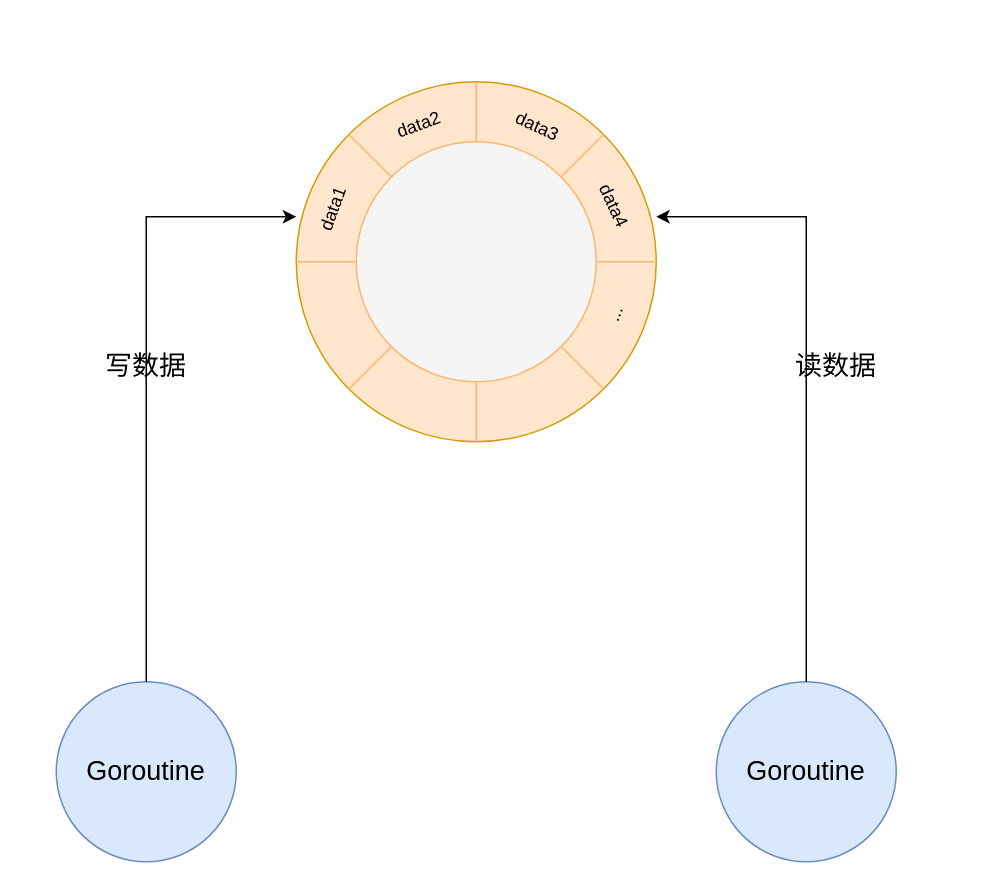
LanSeTianYe/draw keeps this draw.io diagram as go/go channel.drawio. Above is the earlier version. Source tidied: cells renumbered, new cells numbered last; positions are measured from the earlier drawing's top-left corner, leaving out a move shared by most shapes. Both pictures are drawn from the tidied source at 150%, with x=0, y=0 at pixel (56, 81).
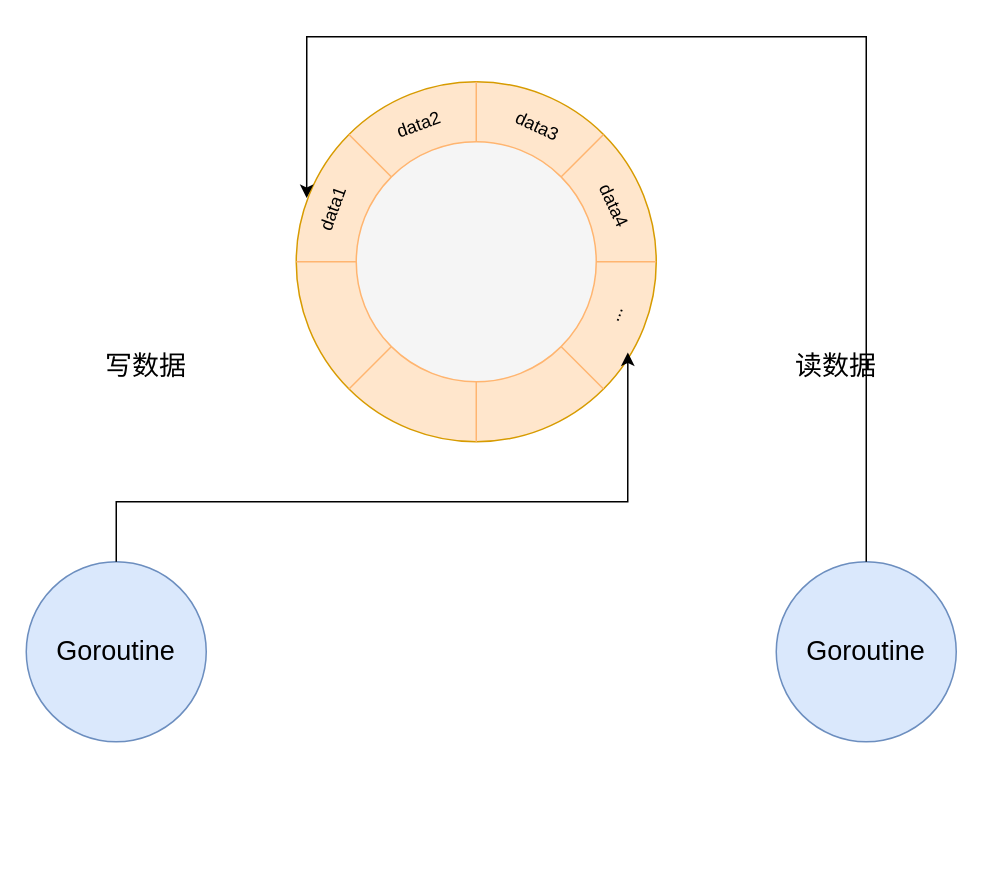
After the change.

Unchanged cells that the change refers to:
```xml
<mxCell id="2" style="ellipse;whiteSpace=wrap;html=1;fillColor=#ffe6cc;strokeColor=#d79b00;" parent="1" vertex="1">
  <mxGeometry x="160" width="240" height="240" as="geometry" />
</mxCell>
```

The edit, as a diff of the source:
```diff
@@
     <mxCell id="3" value="&lt;font style=&quot;font-size: 18px;&quot;&gt;Goroutine&lt;/font&gt;" style="ellipse;whiteSpace=wrap;html=1;fillColor=#dae8fc;strokeColor=#6c8ebf;" parent="1" vertex="1">
-      <mxGeometry y="400" width="120" height="120" as="geometry" />
+      <mxGeometry x="-20" y="320" width="120" height="120" as="geometry" />
     </mxCell>
     <mxCell id="4" value="&lt;font style=&quot;font-size: 18px;&quot;&gt;Goroutine&lt;/font&gt;" style="ellipse;whiteSpace=wrap;html=1;fillColor=#dae8fc;strokeColor=#6c8ebf;" parent="1" vertex="1">
-      <mxGeometry x="440" y="400" width="120" height="120" as="geometry" />
+      <mxGeometry x="480" y="320" width="120" height="120" as="geometry" />
     </mxCell>
@@
-    <mxCell id="12" style="edgeStyle=orthogonalEdgeStyle;rounded=0;jettySize=auto;html=1;exitX=0.5;exitY=0;exitDx=0;exitDy=0;entryX=0;entryY=0.375;entryDx=0;entryDy=0;entryPerimeter=0;" parent="1" edge="1" source="3" target="2">
+    <mxCell id="12" style="edgeStyle=orthogonalEdgeStyle;rounded=0;jettySize=auto;html=1;exitX=0.5;exitY=0;exitDx=0;exitDy=0;entryX=0.921;entryY=0.752;entryDx=0;entryDy=0;entryPerimeter=0;" parent="1" edge="1" source="3" target="2">
       <mxGeometry relative="1" as="geometry" />
     </mxCell>
-    <mxCell id="13" style="edgeStyle=orthogonalEdgeStyle;rounded=0;jettySize=auto;html=1;exitX=0.5;exitY=0;exitDx=0;exitDy=0;entryX=1;entryY=0.375;entryDx=0;entryDy=0;entryPerimeter=0;" parent="1" edge="1" source="4" target="2">
-      <mxGeometry relative="1" as="geometry" />
+    <mxCell id="13" style="edgeStyle=orthogonalEdgeStyle;rounded=0;jettySize=auto;html=1;exitX=0.5;exitY=0;exitDx=0;exitDy=0;entryX=0.029;entryY=0.323;entryDx=0;entryDy=0;entryPerimeter=0;" parent="1" edge="1" source="4" target="2">
+      <mxGeometry relative="1" as="geometry">
+        <Array as="points">
+          <mxPoint x="540" y="-30" />
+          <mxPoint x="167" y="-30" />
+        </Array>
+      </mxGeometry>
     </mxCell>
```
